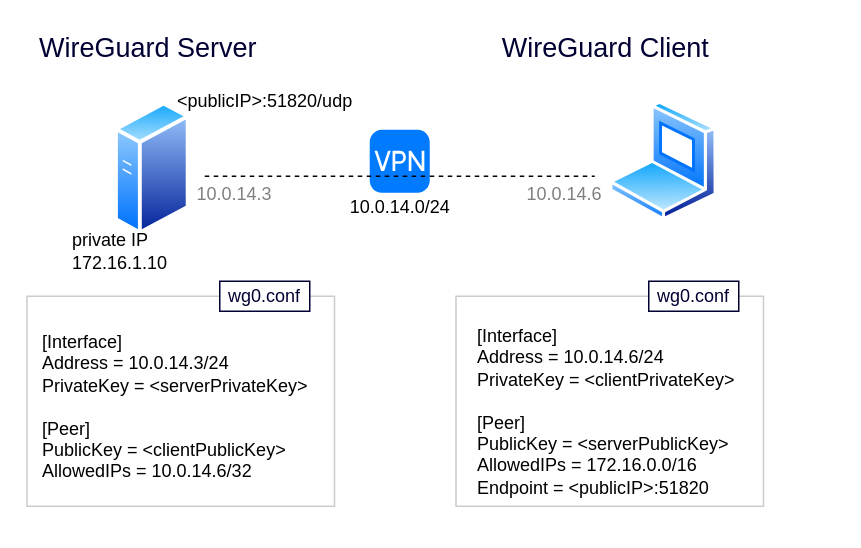
Above: diagrams/ubuntu-wireguard-iphone-client.drawio in fabianlee/blogcode (draw.io), before the change. Source tidied: cells renumbered, new cells numbered last; positions are measured from the earlier drawing's top-left corner, leaving out a move shared by most shapes. Both pictures are drawn from the tidied source at 150%, with x=0, y=0 at pixel (27, 26). Pictures stored in the file or linked from it are replaced by grey dashed boxes.
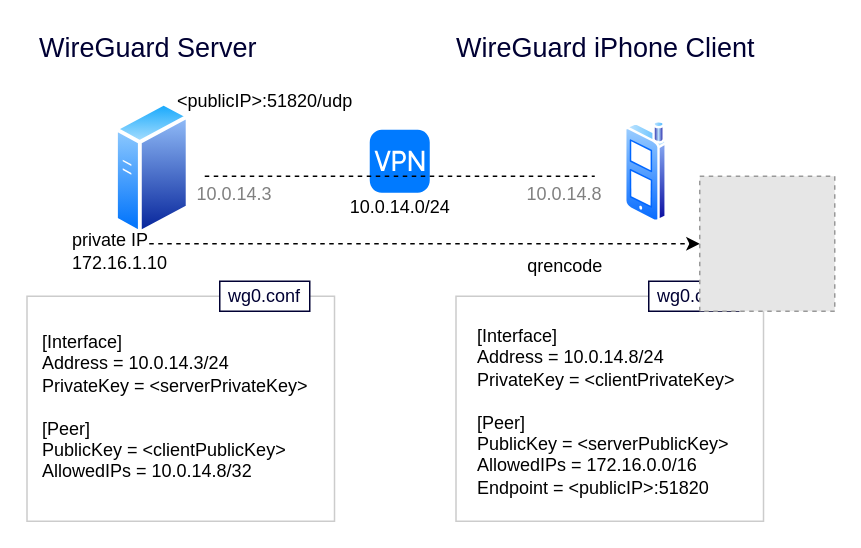
Above is the later version.

What changed in the source:
```diff
@@
     <mxCell id="2" style="rounded=0;whiteSpace=wrap;html=1;strokeColor=#CCCCCC;" parent="1" vertex="1">
-      <mxGeometry x="285.5" y="180" width="205" height="140" as="geometry" />
+      <mxGeometry x="285.5" y="180" width="205" height="150" as="geometry" />
     </mxCell>
@@
     <mxCell id="4" style="rounded=0;whiteSpace=wrap;html=1;strokeColor=#CCCCCC;" parent="1" vertex="1">
-      <mxGeometry x="-0.5" y="180" width="205" height="140" as="geometry" />
+      <mxGeometry x="-0.5" y="180" width="205" height="150" as="geometry" />
     </mxCell>
@@
-    <mxCell id="6" style="perimeter=ellipsePerimeter;html=1;align=center;shadow=0;dashed=0;spacingTop=3;image;image=img/lib/active_directory/laptop_client.svg;" parent="1" vertex="1">
-      <mxGeometry x="388" y="50" width="72" height="80" as="geometry" />
-    </mxCell>
@@
-    <mxCell id="11" value="10.0.14.6" style="text;html=1;strokeColor=none;fillColor=none;align=center;verticalAlign=middle;whiteSpace=wrap;rounded=0;fontColor=#808080;" parent="1" vertex="1">
+    <mxCell id="11" value="10.0.14.8" style="text;html=1;strokeColor=none;fillColor=none;align=center;verticalAlign=middle;whiteSpace=wrap;rounded=0;fontColor=#808080;" parent="1" vertex="1">
       <mxGeometry x="338" y="102" width="40" height="20" as="geometry" />
     </mxCell>
+    <mxCell id="19" style="edgeStyle=orthogonalEdgeStyle;rounded=0;jettySize=auto;html=1;entryX=0.5;entryY=1;entryDx=0;entryDy=0;dashed=1;" parent="1" edge="1" target="21">
+      <mxGeometry relative="1" as="geometry">
+        <mxPoint x="81" y="145" as="sourcePoint" />
+        <Array as="points">
+          <mxPoint x="81" y="145" />
+        </Array>
+      </mxGeometry>
+    </mxCell>
@@
-    <mxCell id="13" value="&lt;div&gt;[Interface]&lt;/div&gt;&lt;div&gt;Address = 10.0.14.3/24&lt;/div&gt;&lt;div&gt;PrivateKey = &amp;lt;serverPrivateKey&amp;gt;&lt;/div&gt;&lt;div&gt;&lt;br&gt;&lt;/div&gt;&lt;div&gt;[Peer]&lt;/div&gt;&lt;div&gt;PublicKey = &amp;lt;clientPublicKey&amp;gt;&lt;/div&gt;&lt;div&gt;AllowedIPs = 10.0.14.6/32&lt;br&gt;&lt;/div&gt;&lt;div&gt;&lt;br&gt;&lt;/div&gt;" style="text;html=1;strokeColor=none;fillColor=none;align=left;verticalAlign=top;whiteSpace=wrap;rounded=0;" parent="1" vertex="1">
+    <mxCell id="13" value="&lt;div&gt;[Interface]&lt;/div&gt;&lt;div&gt;Address = 10.0.14.3/24&lt;/div&gt;&lt;div&gt;PrivateKey = &amp;lt;serverPrivateKey&amp;gt;&lt;/div&gt;&lt;div&gt;&lt;br&gt;&lt;/div&gt;&lt;div&gt;[Peer]&lt;/div&gt;&lt;div&gt;PublicKey = &amp;lt;clientPublicKey&amp;gt;&lt;/div&gt;&lt;div&gt;AllowedIPs = 10.0.14.8/32&lt;br&gt;&lt;/div&gt;&lt;div&gt;&lt;br&gt;&lt;/div&gt;" style="text;html=1;strokeColor=none;fillColor=none;align=left;verticalAlign=top;whiteSpace=wrap;rounded=0;" parent="1" vertex="1">
       <mxGeometry x="8" y="197" width="180" height="110" as="geometry" />
     </mxCell>
@@
-    <mxCell id="15" value="&lt;div&gt;[Interface]&lt;/div&gt;&lt;div&gt;Address = 10.0.14.6/24&lt;/div&gt;&lt;div&gt;PrivateKey = &amp;lt;clientPrivateKey&amp;gt;&lt;/div&gt;&lt;div&gt;&lt;br&gt;&lt;/div&gt;&lt;div&gt;[Peer]&lt;/div&gt;&lt;div&gt;PublicKey = &amp;lt;serverPublicKey&amp;gt;&lt;/div&gt;&lt;div&gt;AllowedIPs = 172.16.0.0/16&lt;/div&gt;&lt;div&gt;Endpoint = &amp;lt;publicIP&amp;gt;:51820&lt;br&gt;&lt;/div&gt;&lt;div&gt;&lt;br&gt;&lt;/div&gt;" style="text;html=1;fillColor=none;align=left;verticalAlign=top;whiteSpace=wrap;rounded=0;perimeterSpacing=0;" parent="1" vertex="1">
-      <mxGeometry x="298" y="193" width="180" height="110" as="geometry" />
+    <mxCell id="15" value="&lt;div&gt;[Interface]&lt;/div&gt;&lt;div&gt;Address = 10.0.14.8/24&lt;/div&gt;&lt;div&gt;PrivateKey = &amp;lt;clientPrivateKey&amp;gt;&lt;/div&gt;&lt;div&gt;&lt;br&gt;&lt;/div&gt;&lt;div&gt;[Peer]&lt;/div&gt;&lt;div&gt;PublicKey = &amp;lt;serverPublicKey&amp;gt;&lt;/div&gt;&lt;div&gt;AllowedIPs = 172.16.0.0/16&lt;/div&gt;&lt;div&gt;Endpoint = &amp;lt;publicIP&amp;gt;:51820&lt;br&gt;&lt;/div&gt;&lt;div&gt;&lt;br&gt;&lt;/div&gt;" style="text;html=1;fillColor=none;align=left;verticalAlign=top;whiteSpace=wrap;rounded=0;perimeterSpacing=0;" parent="1" vertex="1">
+      <mxGeometry x="298" y="193" width="200" height="137" as="geometry" />
     </mxCell>
@@
-    <mxCell id="18" value="WireGuard Client" style="text;html=1;align=center;verticalAlign=middle;strokeColor=none;fontColor=#000033;fontSize=18;" parent="1" vertex="1">
-      <mxGeometry x="310" width="150" height="30" as="geometry" />
+    <mxCell id="18" value="WireGuard iPhone Client" style="text;html=1;align=center;verticalAlign=middle;strokeColor=none;fontColor=#000033;fontSize=18;" parent="1" vertex="1">
+      <mxGeometry x="280" width="210" height="30" as="geometry" />
     </mxCell>
+    <mxCell id="20" style="perimeter=ellipsePerimeter;html=1;align=center;shadow=0;dashed=0;spacingTop=3;image;image=img/lib/active_directory/cell_phone.svg;" parent="1" vertex="1">
+      <mxGeometry x="398" y="63" width="28.6" height="68" as="geometry" />
+    </mxCell>
+    <mxCell id="21" style="fillColor=#E6E6E6;strokeColor=#999999;dashed=1;html=1;verticalAlign=top;verticalLabelPosition=bottom;labelBackgroundColor=#ffffff;rotation=90;" parent="1" vertex="1">
+      <mxGeometry x="448" y="100" width="90" height="90" as="geometry" />
+    </mxCell>
+    <mxCell id="22" value="qrencode" style="text;html=1;align=center;verticalAlign=middle;strokeColor=none;" parent="1" vertex="1">
+      <mxGeometry x="323" y="150" width="70" height="20" as="geometry" />
+    </mxCell>
```
